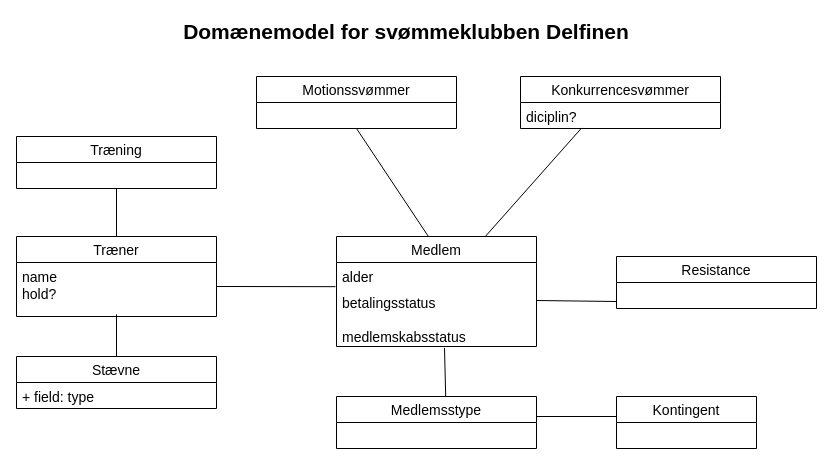
norskemarcus/Delfinen keeps this draw.io diagram as Domænemodel.drawio. Above is the earlier version. Source tidied: cells renumbered, new cells numbered last; positions are measured from the earlier drawing's top-left corner, leaving out a move shared by most shapes. Both pictures are drawn from the tidied source at 100%, with x=0, y=0 at pixel (16, 16).
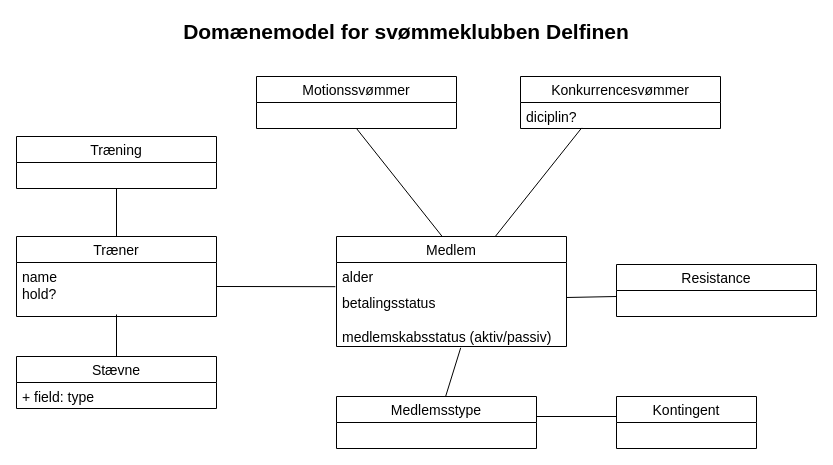
The same diagram, later.

The edit, as a diff of the source:
```diff
@@
     <mxCell id="8" value="Medlem" style="swimlane;fontStyle=0;horizontal=1;startSize=26;fillColor=none;fontSize=14;" parent="1" vertex="1">
-      <mxGeometry x="320" y="220" width="200" height="110" as="geometry" />
+      <mxGeometry x="320" y="220" width="230" height="110" as="geometry" />
     </mxCell>
     <mxCell id="9" value="alder" style="text;strokeColor=none;fillColor=none;align=left;verticalAlign=top;spacingLeft=4;spacingRight=4;overflow=hidden;points=[[0,0.5],[1,0.5]];portConstraint=eastwest;fontSize=14;" parent="8" vertex="1">
-      <mxGeometry y="26" width="200" height="26" as="geometry" />
+      <mxGeometry y="26" width="230" height="26" as="geometry" />
     </mxCell>
-    <mxCell id="10" value="betalingsstatus&#10;&#10;medlemskabsstatus&#10;" style="text;strokeColor=none;fillColor=none;align=left;verticalAlign=top;spacingLeft=4;spacingRight=4;overflow=hidden;points=[[0,0.5],[1,0.5]];portConstraint=eastwest;fontSize=14;" parent="8" vertex="1">
-      <mxGeometry y="52" width="200" height="58" as="geometry" />
+    <mxCell id="10" value="betalingsstatus&#10;&#10;medlemskabsstatus (aktiv/passiv)&#10;" style="text;strokeColor=none;fillColor=none;align=left;verticalAlign=top;spacingLeft=4;spacingRight=4;overflow=hidden;points=[[0,0.5],[1,0.5]];portConstraint=eastwest;fontSize=14;" parent="8" vertex="1">
+      <mxGeometry y="52" width="230" height="58" as="geometry" />
     </mxCell>
     <mxCell id="11" value="Resistance" style="swimlane;fontStyle=0;horizontal=1;startSize=26;fillColor=none;fontSize=14;" parent="1" vertex="1">
-      <mxGeometry x="600" y="240" width="200" height="52" as="geometry" />
+      <mxGeometry x="600" y="248" width="200" height="52" as="geometry" />
     </mxCell>
@@
-    <mxCell id="19" style="endArrow=none;html=1;rounded=0;entryX=0;entryY=0.5;entryDx=0;entryDy=0;fontSize=14;" parent="1" edge="1">
+    <mxCell id="19" style="endArrow=none;html=1;rounded=0;fontSize=14;exitX=1.002;exitY=0.155;exitDx=0;exitDy=0;exitPerimeter=0;" parent="1" edge="1" source="10">
       <mxGeometry relative="1" as="geometry">
-        <mxPoint x="520" y="284" as="sourcePoint" />
-        <mxPoint x="600" y="285" as="targetPoint" />
+        <mxPoint x="600" y="280" as="targetPoint" />
       </mxGeometry>
     </mxCell>
```
